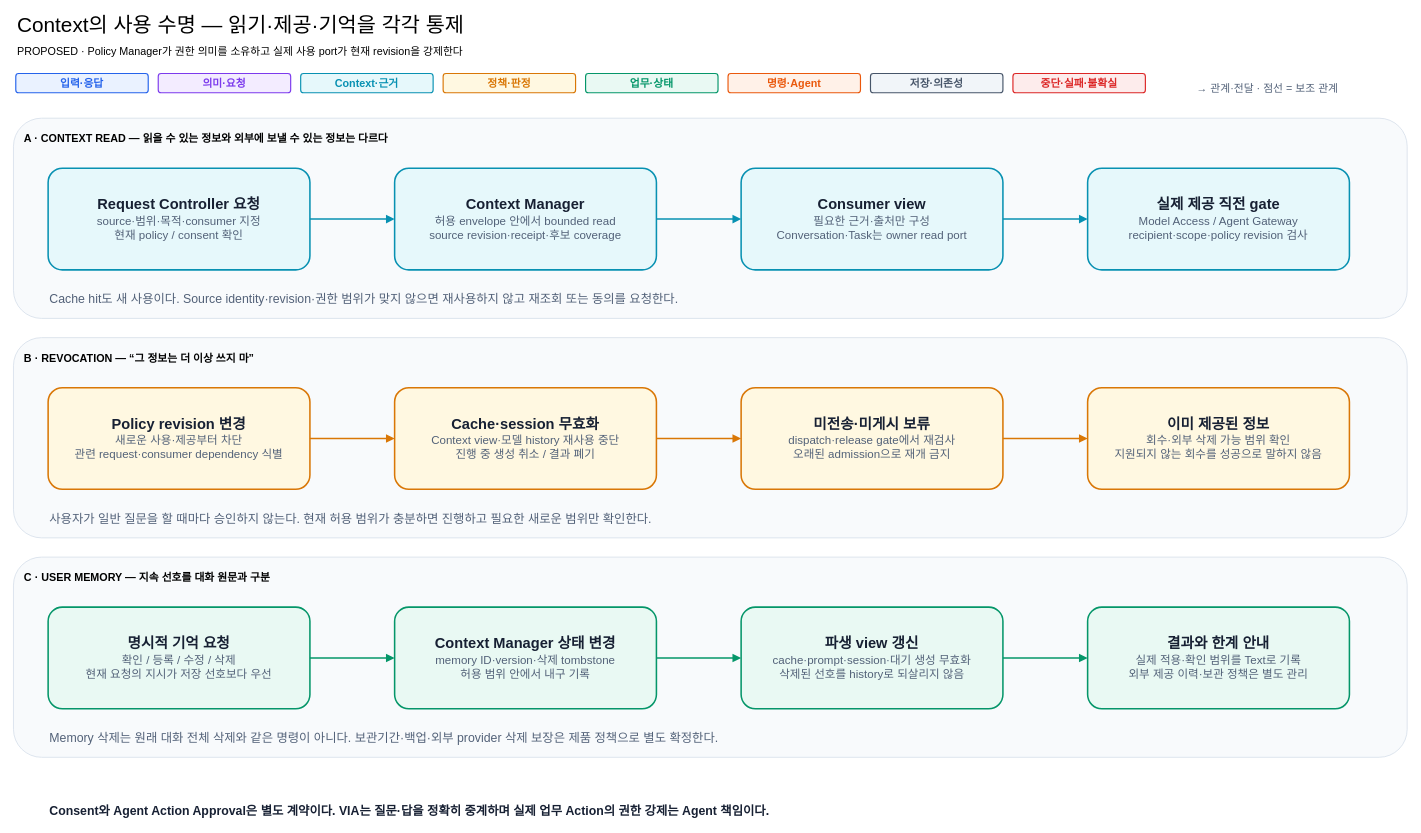
Above: docs/architecture/12-decisions/target-architecture/diagrams/10-context-policy-and-memory.drawio in cbyche/via-sw-architecture (draw.io), before the change. Source tidied: cells renumbered, new cells numbered last; positions are measured from the earlier drawing's top-left corner, leaving out a move shared by most shapes. Both pictures are drawn from the tidied source at 77%, with x=0, y=0 at pixel (13, 14).
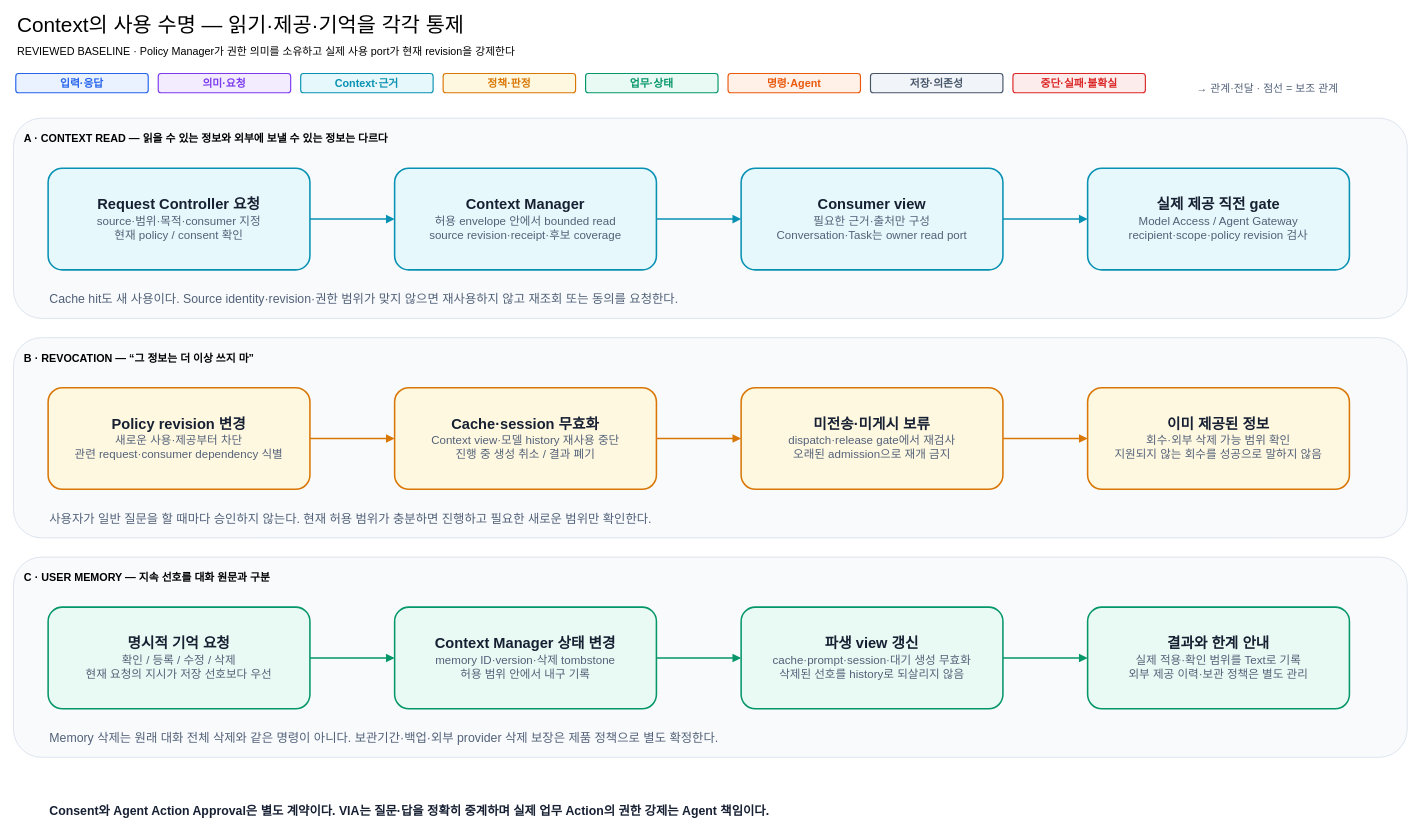
The same page after the edit.

What changed in the source:
```diff
@@
-    <mxCell id="40" value="PROPOSED · Policy Manager가 권한 의미를 소유하고 실제 사용 port가 현재 revision을 강제한다" style="text;html=1;align=left;verticalAlign=middle;strokeColor=none;fillColor=none;fontSize=14;" parent="1" vertex="1">
+    <mxCell id="40" value="REVIEWED BASELINE · Policy Manager가 권한 의미를 소유하고 실제 사용 port가 현재 revision을 강제한다" style="text;html=1;align=left;verticalAlign=middle;strokeColor=none;fillColor=none;fontSize=14;" parent="1" vertex="1">
       <mxGeometry x="3" y="34" width="1804" height="30" as="geometry" />
     </mxCell>
```
